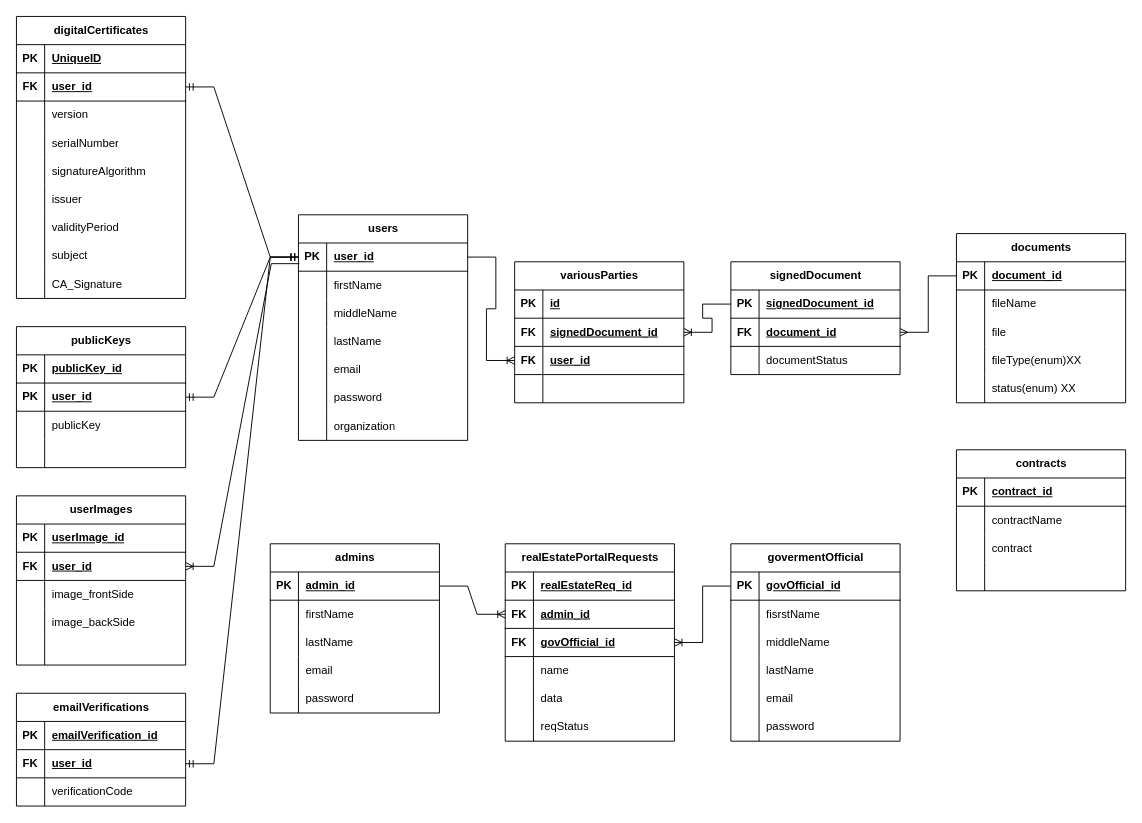
The draw.io diagram Digital Signature ERD.drawio in mhammad5015/Digital-Signature-Application, before the edit. Source tidied: cells renumbered, new cells numbered last; positions are measured from the earlier drawing's top-left corner, leaving out a move shared by most shapes. Both pictures are drawn from the tidied source at 94%, with x=0, y=0 at pixel (16, 16).
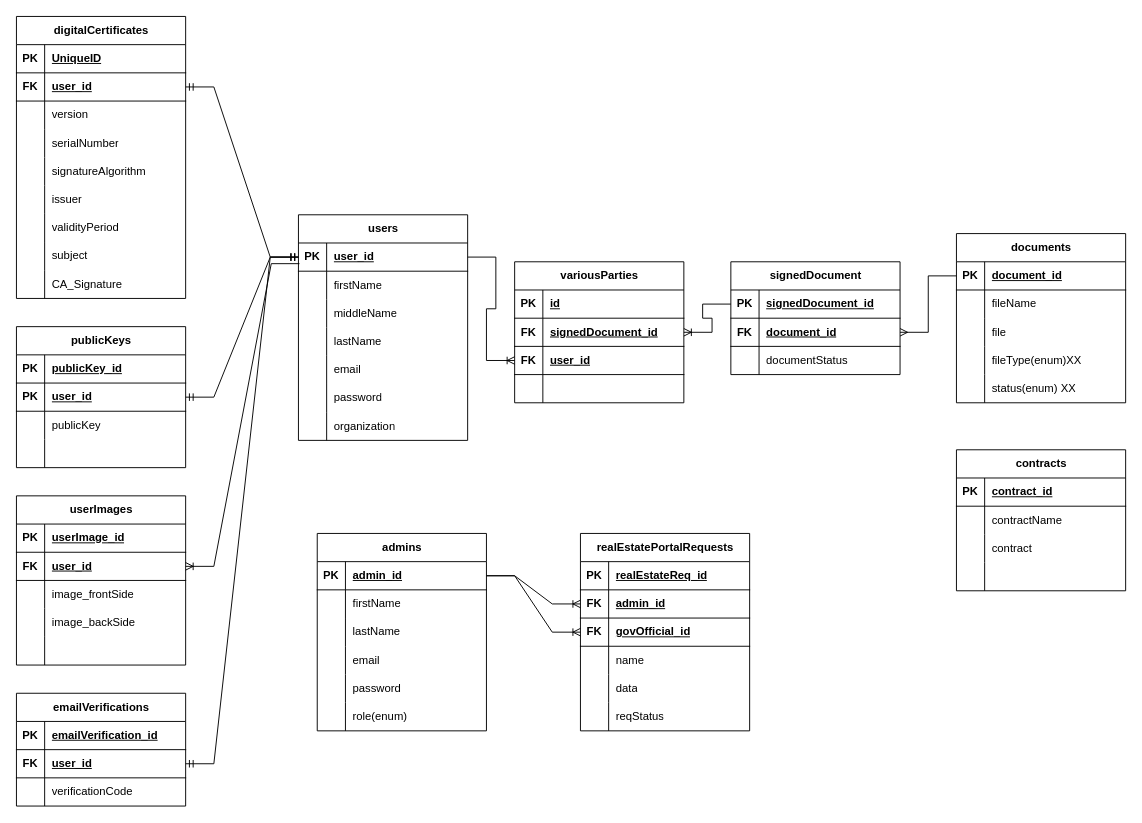
After the change.

Unchanged cells that the change refers to:
```xml
<mxCell id="3" style="shape=tableRow;horizontal=0;startSize=0;swimlaneHead=0;swimlaneBody=0;fillColor=none;points=[[0,0.5],[1,0.5]];portConstraint=eastwest;top=0;left=0;right=0;bottom=1;" parent="2" vertex="1">
  <mxGeometry y="30" width="180" height="30" as="geometry" />
</mxCell>
<mxCell id="160" style="shape=tableRow;horizontal=0;startSize=0;swimlaneHead=0;swimlaneBody=0;fillColor=none;points=[[0,0.5],[1,0.5]];portConstraint=eastwest;top=0;left=0;right=0;bottom=1;" parent="156" vertex="1">
  <mxGeometry y="60" width="180" height="30" as="geometry" />
</mxCell>
<mxCell id="163" style="shape=tableRow;horizontal=0;startSize=0;swimlaneHead=0;swimlaneBody=0;fillColor=none;points=[[0,0.5],[1,0.5]];portConstraint=eastwest;top=0;left=0;right=0;bottom=1;" parent="156" vertex="1">
  <mxGeometry y="90" width="180" height="30" as="geometry" />
</mxCell>
```

Change to the diagram source:
```diff
@@
     <mxCell id="2" value="admins" style="shape=table;startSize=30;childLayout=tableLayout;rowLines=0;fontStyle=1;align=center;html=1;" parent="1" vertex="1">
-      <mxGeometry x="270" y="561" width="180" height="180" as="geometry" />
+      <mxGeometry x="320" y="550" width="180" height="210" as="geometry" />
     </mxCell>
@@
+    <mxCell id="113" style="shape=tableRow;horizontal=0;startSize=0;swimlaneHead=0;swimlaneBody=0;fillColor=none;top=0;left=0;right=0;bottom=0;" parent="2" vertex="1">
+      <mxGeometry y="180" width="180" height="30" as="geometry" />
+    </mxCell>
+    <mxCell id="206" style="shape=partialRectangle;fillColor=none;top=0;left=0;bottom=0;right=0;overflow=hidden;whiteSpace=wrap;html=1;" parent="113" vertex="1">
+      <mxGeometry width="30" height="30" as="geometry" />
+    </mxCell>
+    <mxCell id="207" value="role(enum)" style="shape=partialRectangle;fillColor=none;top=0;left=0;bottom=0;right=0;align=left;spacingLeft=6;overflow=hidden;whiteSpace=wrap;html=1;" parent="113" vertex="1">
+      <mxGeometry x="30" width="150" height="30" as="geometry" />
+    </mxCell>
@@
-    <mxCell id="97" value="govermentOfficial" style="shape=table;startSize=30;childLayout=tableLayout;rowLines=0;fontStyle=1;align=center;html=1;" parent="1" vertex="1">
-      <mxGeometry x="760" y="561" width="180" height="210" as="geometry" />
-    </mxCell>
-    <mxCell id="98" style="shape=tableRow;horizontal=0;startSize=0;swimlaneHead=0;swimlaneBody=0;fillColor=none;points=[[0,0.5],[1,0.5]];portConstraint=eastwest;top=0;left=0;right=0;bottom=1;" parent="97" vertex="1">
-      <mxGeometry y="30" width="180" height="30" as="geometry" />
-    </mxCell>
-    <mxCell id="99" value="PK" style="shape=partialRectangle;fillColor=none;top=0;left=0;bottom=0;right=0;fontStyle=1;overflow=hidden;whiteSpace=wrap;html=1;" parent="98" vertex="1">
-      <mxGeometry width="30" height="30" as="geometry" />
-    </mxCell>
-    <mxCell id="100" value="govOfficial_id" style="shape=partialRectangle;fillColor=none;top=0;left=0;bottom=0;right=0;align=left;spacingLeft=6;fontStyle=5;overflow=hidden;whiteSpace=wrap;html=1;" parent="98" vertex="1">
-      <mxGeometry x="30" width="150" height="30" as="geometry" />
-    </mxCell>
-    <mxCell id="101" style="shape=tableRow;horizontal=0;startSize=0;swimlaneHead=0;swimlaneBody=0;fillColor=none;top=0;left=0;right=0;bottom=0;" parent="97" vertex="1">
-      <mxGeometry y="60" width="180" height="30" as="geometry" />
-    </mxCell>
-    <mxCell id="102" style="shape=partialRectangle;fillColor=none;top=0;left=0;bottom=0;right=0;overflow=hidden;whiteSpace=wrap;html=1;" parent="101" vertex="1">
-      <mxGeometry width="30" height="30" as="geometry" />
-    </mxCell>
-    <mxCell id="103" value="fisrstName" style="shape=partialRectangle;fillColor=none;top=0;left=0;bottom=0;right=0;align=left;spacingLeft=6;overflow=hidden;whiteSpace=wrap;html=1;" parent="101" vertex="1">
-      <mxGeometry x="30" width="150" height="30" as="geometry" />
-    </mxCell>
-    <mxCell id="104" style="shape=tableRow;horizontal=0;startSize=0;swimlaneHead=0;swimlaneBody=0;fillColor=none;top=0;left=0;right=0;bottom=0;" parent="97" vertex="1">
-      <mxGeometry y="90" width="180" height="30" as="geometry" />
-    </mxCell>
-    <mxCell id="105" style="shape=partialRectangle;fillColor=none;top=0;left=0;bottom=0;right=0;overflow=hidden;whiteSpace=wrap;html=1;" parent="104" vertex="1">
-      <mxGeometry width="30" height="30" as="geometry" />
-    </mxCell>
-    <mxCell id="106" value="middleName" style="shape=partialRectangle;fillColor=none;top=0;left=0;bottom=0;right=0;align=left;spacingLeft=6;overflow=hidden;whiteSpace=wrap;html=1;" parent="104" vertex="1">
-      <mxGeometry x="30" width="150" height="30" as="geometry" />
-    </mxCell>
-    <mxCell id="107" style="shape=tableRow;horizontal=0;startSize=0;swimlaneHead=0;swimlaneBody=0;fillColor=none;top=0;left=0;right=0;bottom=0;" parent="97" vertex="1">
-      <mxGeometry y="120" width="180" height="30" as="geometry" />
-    </mxCell>
-    <mxCell id="108" style="shape=partialRectangle;fillColor=none;top=0;left=0;bottom=0;right=0;overflow=hidden;whiteSpace=wrap;html=1;" parent="107" vertex="1">
-      <mxGeometry width="30" height="30" as="geometry" />
-    </mxCell>
-    <mxCell id="109" value="lastName" style="shape=partialRectangle;fillColor=none;top=0;left=0;bottom=0;right=0;align=left;spacingLeft=6;overflow=hidden;whiteSpace=wrap;html=1;" parent="107" vertex="1">
-      <mxGeometry x="30" width="150" height="30" as="geometry" />
-    </mxCell>
-    <mxCell id="110" style="shape=tableRow;horizontal=0;startSize=0;swimlaneHead=0;swimlaneBody=0;fillColor=none;top=0;left=0;right=0;bottom=0;" parent="97" vertex="1">
-      <mxGeometry y="150" width="180" height="30" as="geometry" />
-    </mxCell>
-    <mxCell id="111" style="shape=partialRectangle;fillColor=none;top=0;left=0;bottom=0;right=0;overflow=hidden;whiteSpace=wrap;html=1;" parent="110" vertex="1">
-      <mxGeometry width="30" height="30" as="geometry" />
-    </mxCell>
-    <mxCell id="112" value="email" style="shape=partialRectangle;fillColor=none;top=0;left=0;bottom=0;right=0;align=left;spacingLeft=6;overflow=hidden;whiteSpace=wrap;html=1;" parent="110" vertex="1">
-      <mxGeometry x="30" width="150" height="30" as="geometry" />
-    </mxCell>
-    <mxCell id="113" style="shape=tableRow;horizontal=0;startSize=0;swimlaneHead=0;swimlaneBody=0;fillColor=none;top=0;left=0;right=0;bottom=0;" parent="97" vertex="1">
-      <mxGeometry y="180" width="180" height="30" as="geometry" />
-    </mxCell>
-    <mxCell id="114" style="shape=partialRectangle;fillColor=none;top=0;left=0;bottom=0;right=0;overflow=hidden;whiteSpace=wrap;html=1;" parent="113" vertex="1">
-      <mxGeometry width="30" height="30" as="geometry" />
-    </mxCell>
-    <mxCell id="115" value="password" style="shape=partialRectangle;fillColor=none;top=0;left=0;bottom=0;right=0;align=left;spacingLeft=6;overflow=hidden;whiteSpace=wrap;html=1;" parent="113" vertex="1">
-      <mxGeometry x="30" width="150" height="30" as="geometry" />
-    </mxCell>
@@
     <mxCell id="156" value="realEstatePortalRequests" style="shape=table;startSize=30;childLayout=tableLayout;rowLines=0;fontStyle=1;align=center;html=1;" parent="1" vertex="1">
-      <mxGeometry x="520" y="561" width="180" height="210" as="geometry" />
+      <mxGeometry x="600" y="550" width="180" height="210" as="geometry" />
     </mxCell>
@@
-    <mxCell id="165" value="govOfficial_id" style="shape=partialRectangle;fillColor=none;top=0;left=0;bottom=0;right=0;align=left;spacingLeft=6;fontStyle=5;overflow=hidden;whiteSpace=wrap;html=1;" parent="163" vertex="1">
-      <mxGeometry x="30" width="150" height="30" as="geometry" />
-    </mxCell>
+    <mxCell id="208" value="govOfficial_id" style="shape=partialRectangle;fillColor=none;top=0;left=0;bottom=0;right=0;align=left;spacingLeft=6;fontStyle=5;overflow=hidden;whiteSpace=wrap;html=1;" parent="163" vertex="1">
+      <mxGeometry x="30" width="150" height="30" as="geometry" />
+    </mxCell>
@@
-    <mxCell id="177" style="edgeStyle=entityRelationEdgeStyle;fontSize=12;html=1;endArrow=ERoneToMany;rounded=0;exitX=1;exitY=0.5;exitDx=0;exitDy=0;entryX=0;entryY=0.5;entryDx=0;entryDy=0;" parent="1" edge="1" source="3" target="160">
-      <mxGeometry relative="1" as="geometry" />
-    </mxCell>
-    <mxCell id="178" style="edgeStyle=entityRelationEdgeStyle;fontSize=12;html=1;endArrow=ERoneToMany;rounded=0;exitX=0;exitY=0.5;exitDx=0;exitDy=0;entryX=1;entryY=0.5;entryDx=0;entryDy=0;" parent="1" edge="1" source="98" target="163">
-      <mxGeometry relative="1" as="geometry" />
-    </mxCell>
@@
+    <mxCell id="177" style="edgeStyle=entityRelationEdgeStyle;fontSize=12;html=1;endArrow=ERoneToMany;rounded=0;entryX=0;entryY=0.5;entryDx=0;entryDy=0;exitX=1;exitY=0.5;exitDx=0;exitDy=0;" parent="1" edge="1" source="3" target="160">
+      <mxGeometry relative="1" as="geometry" />
+    </mxCell>
+    <mxCell id="209" style="edgeStyle=entityRelationEdgeStyle;fontSize=12;html=1;endArrow=ERoneToMany;rounded=0;entryX=0;entryY=0.5;entryDx=0;entryDy=0;exitX=1;exitY=0.5;exitDx=0;exitDy=0;" parent="1" edge="1" source="3" target="163">
+      <mxGeometry relative="1" as="geometry" />
+    </mxCell>
```
